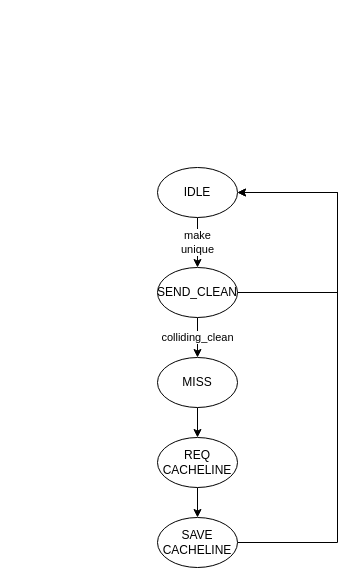
Above: docs/03_cva6_design/images/miss_handler_fsm.drawio in pulp-platform/cva6 (draw.io), before the change. Source tidied: cells renumbered, new cells numbered last; positions are measured from the earlier drawing's top-left corner, leaving out a move shared by most shapes. Both pictures are drawn from the tidied source at 100%, with x=0, y=0 at pixel (157, 167).
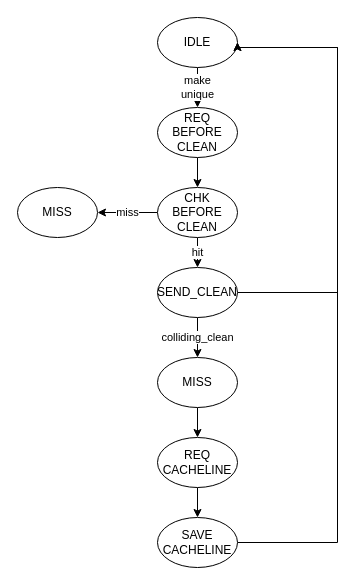
The same page after the edit.

Commit message (it also covers changes not shown here):
update miss_handler doc

Unchanged cells that the change refers to:
```xml
<mxCell id="6" value="SEND_CLEAN" style="ellipse;whiteSpace=wrap;html=1;" parent="1" vertex="1">
  <mxGeometry y="100" width="80" height="50" as="geometry" />
</mxCell>
<mxCell id="10" value="SAVE&lt;br&gt;CACHELINE" style="ellipse;whiteSpace=wrap;html=1;" parent="1" vertex="1">
  <mxGeometry y="350" width="80" height="50" as="geometry" />
</mxCell>
```

Change to the diagram source:
```diff
@@
-    <mxCell id="2" value="make&lt;br&gt;unique" style="edgeStyle=orthogonalEdgeStyle;rounded=0;jettySize=auto;html=1;exitX=0.5;exitY=1;exitDx=0;exitDy=0;entryX=0.5;entryY=0;entryDx=0;entryDy=0;" parent="1" edge="1" source="3" target="6">
+    <mxCell id="2" value="make&lt;br&gt;unique" style="edgeStyle=orthogonalEdgeStyle;rounded=0;jettySize=auto;html=1;exitX=0.5;exitY=1;exitDx=0;exitDy=0;entryX=0.5;entryY=0;entryDx=0;entryDy=0;" parent="1" edge="1" source="3" target="14">
       <mxGeometry relative="1" as="geometry" />
     </mxCell>
     <mxCell id="3" value="IDLE" style="ellipse;whiteSpace=wrap;html=1;" parent="1" vertex="1">
-      <mxGeometry width="80" height="50" as="geometry" />
+      <mxGeometry y="-150" width="80" height="50" as="geometry" />
     </mxCell>
     <mxCell id="4" style="edgeStyle=orthogonalEdgeStyle;rounded=0;jettySize=auto;html=1;exitX=1;exitY=0.5;exitDx=0;exitDy=0;entryX=1;entryY=0.5;entryDx=0;entryDy=0;" parent="1" edge="1" source="6" target="3">
       <mxGeometry relative="1" as="geometry">
         <Array as="points">
           <mxPoint x="180" y="125" />
-          <mxPoint x="180" y="25" />
+          <mxPoint x="180" y="-120" />
+          <mxPoint x="80" y="-120" />
         </Array>
       </mxGeometry>
     </mxCell>
@@
     <mxCell id="9" style="edgeStyle=orthogonalEdgeStyle;rounded=0;jettySize=auto;html=1;exitX=1;exitY=0.5;exitDx=0;exitDy=0;entryX=1;entryY=0.5;entryDx=0;entryDy=0;" parent="1" edge="1" source="10" target="3">
       <mxGeometry relative="1" as="geometry">
         <Array as="points">
           <mxPoint x="180" y="375" />
-          <mxPoint x="180" y="25" />
+          <mxPoint x="180" y="-120" />
+          <mxPoint x="80" y="-120" />
         </Array>
       </mxGeometry>
     </mxCell>
@@
+    <mxCell id="13" style="edgeStyle=orthogonalEdgeStyle;rounded=0;jettySize=auto;html=1;exitX=0.5;exitY=1;exitDx=0;exitDy=0;entryX=0.5;entryY=0;entryDx=0;entryDy=0;" parent="1" edge="1" source="14" target="17">
+      <mxGeometry relative="1" as="geometry" />
+    </mxCell>
+    <mxCell id="14" value="REQ&lt;br&gt;BEFORE&lt;br&gt;CLEAN" style="ellipse;whiteSpace=wrap;html=1;" parent="1" vertex="1">
+      <mxGeometry y="-60" width="80" height="50" as="geometry" />
+    </mxCell>
+    <mxCell id="15" value="miss" style="edgeStyle=orthogonalEdgeStyle;rounded=0;jettySize=auto;html=1;exitX=0;exitY=0.5;exitDx=0;exitDy=0;entryX=1;entryY=0.5;entryDx=0;entryDy=0;" parent="1" edge="1" source="17" target="18">
+      <mxGeometry relative="1" as="geometry" />
+    </mxCell>
+    <mxCell id="16" value="hit" style="edgeStyle=orthogonalEdgeStyle;rounded=0;jettySize=auto;html=1;exitX=0.5;exitY=1;exitDx=0;exitDy=0;entryX=0.5;entryY=0;entryDx=0;entryDy=0;" parent="1" edge="1" source="17" target="6">
+      <mxGeometry relative="1" as="geometry" />
+    </mxCell>
+    <mxCell id="17" value="CHK&lt;br&gt;BEFORE&lt;br&gt;CLEAN" style="ellipse;whiteSpace=wrap;html=1;" parent="1" vertex="1">
+      <mxGeometry y="20" width="80" height="50" as="geometry" />
+    </mxCell>
+    <mxCell id="18" value="MISS" style="ellipse;whiteSpace=wrap;html=1;" parent="1" vertex="1">
+      <mxGeometry x="-140" y="20" width="80" height="50" as="geometry" />
+    </mxCell>
```
